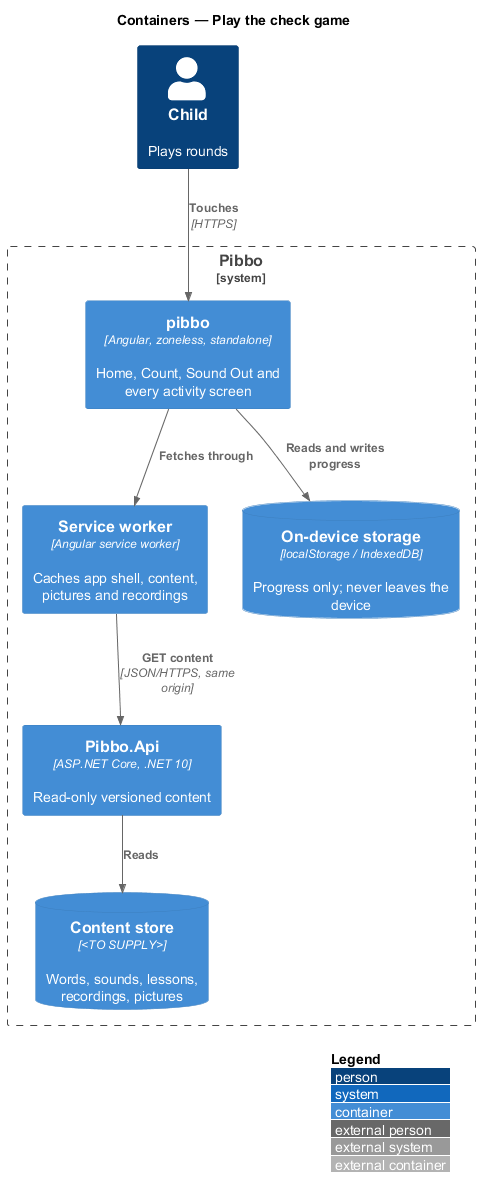
Earlier version of the PlantUML export docs/detailed-designs/lessons/check-game/diagrams/c4-container.png (QuinntyneBrown/pibbo).
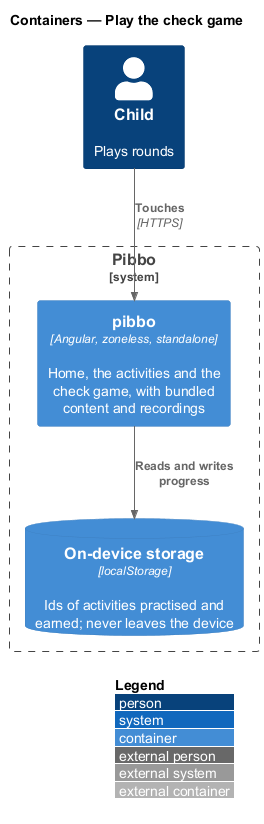
Above is the later version.

What changed in the source:
```diff
@@ -4,15 +4,9 @@
 title Containers — Play the check game
 Person(child, "Child", "Plays rounds")
 System_Boundary(pibbo, "Pibbo") {
-  Container(spa, "pibbo", "Angular, zoneless, standalone", "Home, Count, Sound Out and every activity screen")
-  Container(sw, "Service worker", "Angular service worker", "Caches app shell, content, pictures and recordings")
-  ContainerDb(store, "On-device storage", "localStorage / IndexedDB", "Progress only; never leaves the device")
-  Container(api, "Pibbo.Api", "ASP.NET Core, .NET 10", "Read-only versioned content")
-  ContainerDb(content, "Content store", "<TO SUPPLY>", "Words, sounds, lessons, recordings, pictures")
+  Container(spa, "pibbo", "Angular, zoneless, standalone", "Home, the activities and the check game, with bundled content and recordings")
+  ContainerDb(store, "On-device storage", "localStorage", "Ids of activities practised and earned; never leaves the device")
 }
 Rel(child, spa, "Touches", "HTTPS")
-Rel(spa, sw, "Fetches through")
-Rel(sw, api, "GET content", "JSON/HTTPS, same origin")
 Rel(spa, store, "Reads and writes progress")
-Rel(api, content, "Reads")
 @enduml
```
